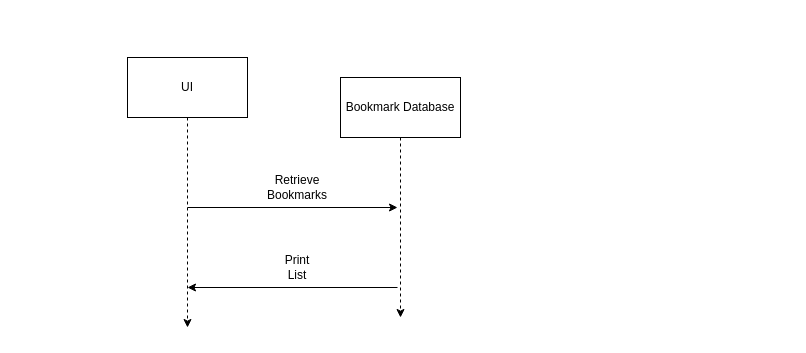
The draw.io diagram Domain Models/domain_model1.drawio in DanGyi23/bookmark-mgr, before the edit. Source tidied: cells renumbered, new cells numbered last; positions are measured from the earlier drawing's top-left corner, leaving out a move shared by most shapes. Both pictures are drawn from the tidied source at 100%, with x=0, y=0 at pixel (127, 57).
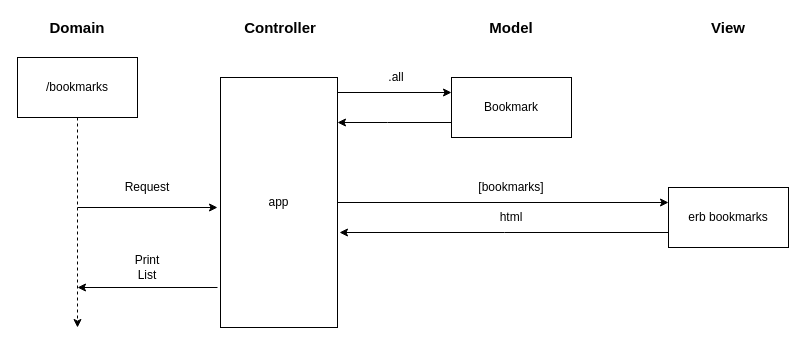
Above is the later version.

Commit message (it also covers changes not shown here):
update domain models

The edit, as a diff of the source:
```diff
@@
-    <mxCell id="2" value="UI" style="rounded=0;whiteSpace=wrap;html=1;" parent="1" vertex="1">
-      <mxGeometry width="120" height="60" as="geometry" />
+    <mxCell id="2" value="/bookmarks" style="rounded=0;whiteSpace=wrap;html=1;" parent="1" vertex="1">
+      <mxGeometry x="-110" width="120" height="60" as="geometry" />
     </mxCell>
     <mxCell id="3" style="endArrow=classic;html=1;exitX=0.5;exitY=1;exitDx=0;exitDy=0;dashed=1;" parent="1" edge="1" source="2">
       <mxGeometry relative="1" as="geometry">
-        <mxPoint x="60" y="270" as="targetPoint" />
+        <mxPoint x="-50" y="270" as="targetPoint" />
       </mxGeometry>
     </mxCell>
-    <mxCell id="4" value="Retrieve Bookmarks" style="text;html=1;strokeColor=none;fillColor=none;align=center;verticalAlign=middle;whiteSpace=wrap;rounded=0;" parent="1" vertex="1">
-      <mxGeometry x="150" y="120" width="40" height="20" as="geometry" />
+    <mxCell id="4" value="Request" style="text;html=1;strokeColor=none;fillColor=none;align=center;verticalAlign=middle;whiteSpace=wrap;rounded=0;" parent="1" vertex="1">
+      <mxGeometry y="120" width="40" height="20" as="geometry" />
     </mxCell>
-    <mxCell id="5" style="edgeStyle=orthogonalEdgeStyle;rounded=0;jettySize=auto;html=1;dashed=1;" parent="1" edge="1" source="6">
-      <mxGeometry relative="1" as="geometry">
-        <mxPoint x="273" y="260" as="targetPoint" />
-      </mxGeometry>
-    </mxCell>
+    <mxCell id="10" style="edgeStyle=orthogonalEdgeStyle;rounded=0;jettySize=auto;html=1;exitX=1;exitY=0.25;exitDx=0;exitDy=0;entryX=0;entryY=0.25;entryDx=0;entryDy=0;" parent="1" edge="1" source="6" target="17">
+      <mxGeometry relative="1" as="geometry">
+        <Array as="points">
+          <mxPoint x="210" y="35" />
+        </Array>
+      </mxGeometry>
+    </mxCell>
+    <mxCell id="11" style="edgeStyle=orthogonalEdgeStyle;rounded=0;jettySize=auto;html=1;exitX=1;exitY=0.5;exitDx=0;exitDy=0;entryX=0;entryY=0.25;entryDx=0;entryDy=0;" parent="1" edge="1" source="6" target="19">
+      <mxGeometry relative="1" as="geometry" />
+    </mxCell>
-    <mxCell id="6" value="Bookmark Database" style="rounded=0;whiteSpace=wrap;html=1;" parent="1" vertex="1">
-      <mxGeometry x="213" y="20" width="120" height="60" as="geometry" />
+    <mxCell id="6" value="app" style="rounded=0;whiteSpace=wrap;html=1;" parent="1" vertex="1">
+      <mxGeometry x="93" y="20" width="117" height="250" as="geometry" />
     </mxCell>
     <mxCell id="7" style="endArrow=classic;html=1;" parent="1" edge="1">
       <mxGeometry relative="1" as="geometry">
-        <mxPoint x="60" y="150" as="sourcePoint" />
-        <mxPoint x="270" y="150" as="targetPoint" />
+        <mxPoint x="-50" y="150" as="sourcePoint" />
+        <mxPoint x="90" y="150" as="targetPoint" />
       </mxGeometry>
     </mxCell>
     <mxCell id="8" style="endArrow=classic;html=1;" parent="1" edge="1">
       <mxGeometry relative="1" as="geometry">
-        <mxPoint x="270" y="230" as="sourcePoint" />
-        <mxPoint x="60" y="230" as="targetPoint" />
+        <mxPoint x="90" y="230" as="sourcePoint" />
+        <mxPoint x="-50" y="230" as="targetPoint" />
       </mxGeometry>
     </mxCell>
     <mxCell id="9" value="Print List" style="text;html=1;strokeColor=none;fillColor=none;align=center;verticalAlign=middle;whiteSpace=wrap;rounded=0;" parent="1" vertex="1">
-      <mxGeometry x="150" y="200" width="40" height="20" as="geometry" />
+      <mxGeometry y="200" width="40" height="20" as="geometry" />
     </mxCell>
+    <mxCell id="12" value="Domain" style="text;html=1;strokeColor=none;fillColor=none;align=center;verticalAlign=middle;whiteSpace=wrap;rounded=0;fontStyle=1;fontSize=15;" parent="1" vertex="1">
+      <mxGeometry x="-70" y="-40" width="40" height="20" as="geometry" />
+    </mxCell>
+    <mxCell id="13" value="Controller" style="text;html=1;strokeColor=none;fillColor=none;align=center;verticalAlign=middle;whiteSpace=wrap;rounded=0;fontStyle=1;fontSize=15;" parent="1" vertex="1">
+      <mxGeometry x="133" y="-40" width="40" height="20" as="geometry" />
+    </mxCell>
+    <mxCell id="14" value="Model" style="text;html=1;strokeColor=none;fillColor=none;align=center;verticalAlign=middle;whiteSpace=wrap;rounded=0;fontStyle=1;fontSize=15;" parent="1" vertex="1">
+      <mxGeometry x="364" y="-40" width="40" height="20" as="geometry" />
+    </mxCell>
+    <mxCell id="15" value="View" style="text;html=1;strokeColor=none;fillColor=none;align=center;verticalAlign=middle;whiteSpace=wrap;rounded=0;fontStyle=1;fontSize=15;" parent="1" vertex="1">
+      <mxGeometry x="581" y="-40" width="40" height="20" as="geometry" />
+    </mxCell>
+    <mxCell id="16" style="edgeStyle=orthogonalEdgeStyle;rounded=0;jettySize=auto;html=1;exitX=0;exitY=0.75;exitDx=0;exitDy=0;" parent="1" edge="1" source="17" target="6">
+      <mxGeometry relative="1" as="geometry">
+        <Array as="points">
+          <mxPoint x="260" y="65" />
+          <mxPoint x="260" y="65" />
+        </Array>
+      </mxGeometry>
+    </mxCell>
+    <mxCell id="17" value="Bookmark" style="rounded=0;whiteSpace=wrap;html=1;" parent="1" vertex="1">
+      <mxGeometry x="324" y="20" width="120" height="60" as="geometry" />
+    </mxCell>
+    <mxCell id="18" style="edgeStyle=orthogonalEdgeStyle;rounded=0;jettySize=auto;html=1;exitX=0;exitY=0.75;exitDx=0;exitDy=0;" parent="1" edge="1" source="19">
+      <mxGeometry relative="1" as="geometry">
+        <mxPoint x="212" y="175" as="targetPoint" />
+      </mxGeometry>
+    </mxCell>
+    <mxCell id="19" value="erb bookmarks" style="rounded=0;whiteSpace=wrap;html=1;" parent="1" vertex="1">
+      <mxGeometry x="541" y="130" width="120" height="60" as="geometry" />
+    </mxCell>
+    <mxCell id="20" value=".all" style="text;html=1;strokeColor=none;fillColor=none;align=center;verticalAlign=middle;whiteSpace=wrap;rounded=0;" parent="1" vertex="1">
+      <mxGeometry x="248.5" y="10" width="40" height="20" as="geometry" />
+    </mxCell>
+    <mxCell id="21" value="[bookmarks]" style="text;html=1;strokeColor=none;fillColor=none;align=center;verticalAlign=middle;whiteSpace=wrap;rounded=0;" parent="1" vertex="1">
+      <mxGeometry x="364" y="120" width="40" height="20" as="geometry" />
+    </mxCell>
+    <mxCell id="22" value="html" style="text;html=1;strokeColor=none;fillColor=none;align=center;verticalAlign=middle;whiteSpace=wrap;rounded=0;" parent="1" vertex="1">
+      <mxGeometry x="364" y="150" width="40" height="20" as="geometry" />
+    </mxCell>
```
